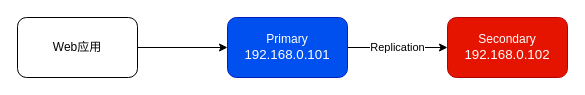
This is mongodb-Replica Sets.drawio from linlin8/linlin8.github.io, a draw.io file, before an edit. Source tidied: cells renumbered, new cells numbered last; positions are measured from the earlier drawing's top-left corner, leaving out a move shared by most shapes. Both pictures are drawn from the tidied source at 100%, with x=0, y=0 at pixel (17, 17).
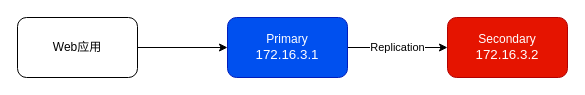
The same page after the edit.

Change to the diagram source:
```diff
@@
 <mxGraphModel>
   <root>
     <mxCell id="0" />
     <mxCell id="1" parent="0" />
     <mxCell id="2" style="edgeStyle=orthogonalEdgeStyle;rounded=0;jettySize=auto;html=1;" parent="1" edge="1" source="3" target="5">
       <mxGeometry relative="1" as="geometry" />
     </mxCell>
     <mxCell id="3" value="Web应用" style="rounded=1;whiteSpace=wrap;html=1;" parent="1" vertex="1">
       <mxGeometry width="120" height="60" as="geometry" />
     </mxCell>
     <mxCell id="4" value="Replication" style="edgeStyle=orthogonalEdgeStyle;rounded=0;jettySize=auto;html=1;" parent="1" edge="1" source="5" target="6">
       <mxGeometry relative="1" as="geometry" />
     </mxCell>
-    <mxCell id="5" value="Primary&lt;br&gt;&lt;span style=&quot;font-size: 10pt&quot;&gt;192.168.0.101&lt;/span&gt;" style="rounded=1;whiteSpace=wrap;html=1;fillColor=#0050ef;strokeColor=#001DBC;fontColor=#FFFFFF;" parent="1" vertex="1">
+    <mxCell id="5" value="Primary&lt;br&gt;&lt;span style=&quot;font-size: 10pt&quot;&gt;172.16.3.1&lt;/span&gt;" style="rounded=1;whiteSpace=wrap;html=1;fillColor=#0050ef;strokeColor=#001DBC;fontColor=#FFFFFF;" parent="1" vertex="1">
       <mxGeometry x="210" width="120" height="60" as="geometry" />
     </mxCell>
-    <mxCell id="6" value="Secondary&lt;br&gt;&lt;span style=&quot;font-size: 10pt&quot;&gt;192.168.0.102&lt;/span&gt;" style="rounded=1;whiteSpace=wrap;html=1;fillColor=#e51400;strokeColor=#B20000;fontColor=#FFFFFF;" parent="1" vertex="1">
+    <mxCell id="6" value="Secondary&lt;br&gt;&lt;span style=&quot;font-size: 13.3333px&quot;&gt;172.16.3.2&lt;/span&gt;" style="rounded=1;whiteSpace=wrap;html=1;fillColor=#e51400;strokeColor=#B20000;fontColor=#FFFFFF;" parent="1" vertex="1">
       <mxGeometry x="430" width="120" height="60" as="geometry" />
     </mxCell>
   </root>
 </mxGraphModel>
```
